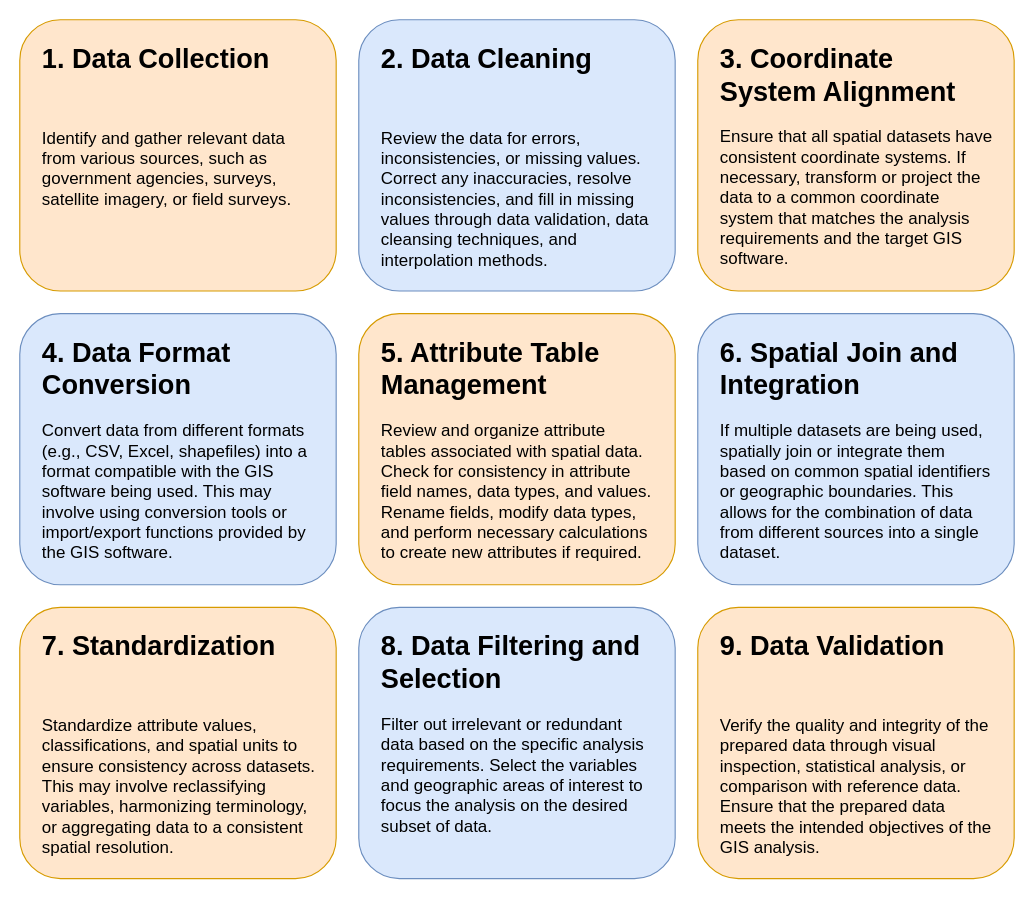
haseeb-cb/fundamentals-of-gis keeps this draw.io diagram as Assets/3_Theory/3_Theory_data_preperation_methods.drawio. Above is the earlier version. Source tidied: cells renumbered, new cells numbered last; positions are measured from the earlier drawing's top-left corner, leaving out a move shared by most shapes. Both pictures are drawn from the tidied source at 113%, with x=0, y=0 at pixel (19, 19).
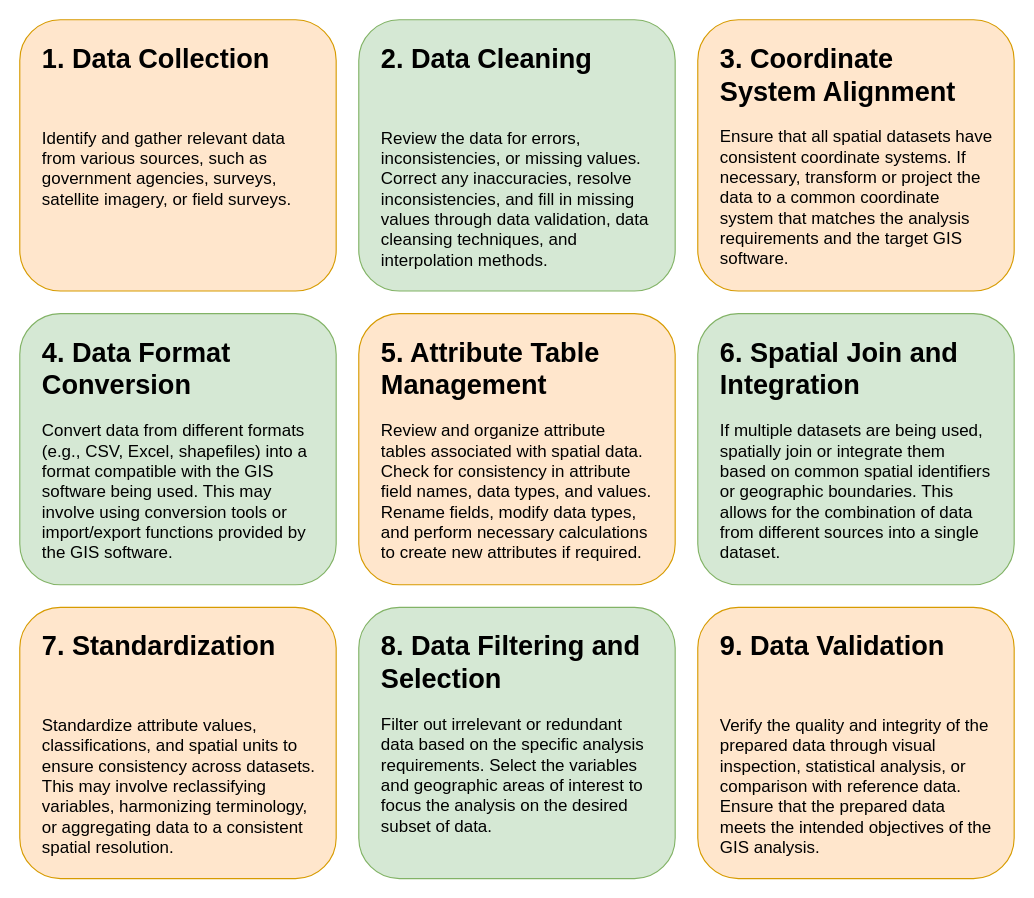
The same page after the edit.

Change to the diagram source:
```diff
@@
 <mxGraphModel>
   <root>
     <mxCell id="0" />
     <mxCell id="1" parent="0" />
-    <mxCell id="2" style="rounded=1;whiteSpace=wrap;html=1;fillColor=#dae8fc;strokeColor=#6c8ebf;" parent="1" vertex="1">
+    <mxCell id="2" style="rounded=1;whiteSpace=wrap;html=1;fillColor=#d5e8d4;strokeColor=#82b366;" parent="1" vertex="1">
       <mxGeometry x="300" width="280" height="240" as="geometry" />
     </mxCell>
     <mxCell id="3" value="&lt;h1&gt;2. Data Cleaning&lt;br&gt;&lt;/h1&gt;&lt;p&gt;&lt;font style=&quot;font-size: 15px;&quot;&gt;&lt;font style=&quot;font-size: 15px;&quot;&gt;&lt;br&gt;&lt;/font&gt;&lt;/font&gt;&lt;/p&gt;&lt;p&gt;&lt;font style=&quot;font-size: 15px;&quot;&gt;&lt;font style=&quot;font-size: 15px;&quot;&gt;Review the data for errors, inconsistencies, or missing values. Correct any inaccuracies, resolve inconsistencies, and fill in missing values through data validation, data cleansing techniques, and interpolation methods.&lt;/font&gt;&lt;/font&gt;&lt;/p&gt;" style="text;html=1;strokeColor=none;fillColor=none;spacing=5;spacingTop=-20;whiteSpace=wrap;overflow=hidden;rounded=0;" parent="1" vertex="1">
       <mxGeometry x="315" y="15" width="250" height="210" as="geometry" />
     </mxCell>
     <mxCell id="4" style="rounded=1;whiteSpace=wrap;html=1;fillColor=#ffe6cc;strokeColor=#d79b00;" parent="1" vertex="1">
       <mxGeometry x="600" width="280" height="240" as="geometry" />
     </mxCell>
     <mxCell id="5" value="&lt;h1&gt;3. Coordinate System Alignment&lt;br&gt;&lt;/h1&gt;&lt;p&gt;&lt;font style=&quot;font-size: 15px;&quot;&gt;&lt;font style=&quot;font-size: 15px;&quot;&gt;Ensure that all spatial datasets have consistent coordinate systems. If necessary, transform or project the data to a common coordinate system that matches the analysis requirements and the target GIS software.&lt;/font&gt;&lt;/font&gt;&lt;/p&gt;" style="text;html=1;strokeColor=none;fillColor=none;spacing=5;spacingTop=-20;whiteSpace=wrap;overflow=hidden;rounded=0;" parent="1" vertex="1">
       <mxGeometry x="615" y="15" width="250" height="210" as="geometry" />
     </mxCell>
     <mxCell id="6" style="rounded=1;whiteSpace=wrap;html=1;fillColor=#ffe6cc;strokeColor=#d79b00;" parent="1" vertex="1">
       <mxGeometry width="280" height="240" as="geometry" />
     </mxCell>
     <mxCell id="7" value="&lt;h1&gt;1. Data Collection&lt;br&gt;&lt;/h1&gt;&lt;p&gt;&lt;font style=&quot;font-size: 15px;&quot;&gt;&lt;font style=&quot;font-size: 15px;&quot;&gt;&lt;br&gt;&lt;/font&gt;&lt;/font&gt;&lt;/p&gt;&lt;p&gt;&lt;font style=&quot;font-size: 15px;&quot;&gt;&lt;font style=&quot;font-size: 15px;&quot;&gt;Identify and gather relevant data from various sources, such as government agencies, surveys, satellite imagery, or field surveys.&lt;/font&gt;&lt;/font&gt;&lt;/p&gt;" style="text;html=1;strokeColor=none;fillColor=none;spacing=5;spacingTop=-20;whiteSpace=wrap;overflow=hidden;rounded=0;" parent="1" vertex="1">
       <mxGeometry x="15" y="15" width="250" height="210" as="geometry" />
     </mxCell>
     <mxCell id="8" style="rounded=1;whiteSpace=wrap;html=1;fillColor=#ffe6cc;strokeColor=#d79b00;" parent="1" vertex="1">
       <mxGeometry x="300" y="260" width="280" height="240" as="geometry" />
     </mxCell>
     <mxCell id="9" value="&lt;h1&gt;5. Attribute Table Management&lt;br&gt;&lt;/h1&gt;&lt;p&gt;&lt;font style=&quot;font-size: 15px;&quot;&gt;&lt;font style=&quot;font-size: 15px;&quot;&gt;Review and organize attribute tables associated with spatial data. Check for consistency in attribute field names, data types, and values. Rename fields, modify data types, and perform necessary calculations to create new attributes if required.&lt;/font&gt;&lt;/font&gt;&lt;/p&gt;" style="text;html=1;strokeColor=none;fillColor=none;spacing=5;spacingTop=-20;whiteSpace=wrap;overflow=hidden;rounded=0;" parent="1" vertex="1">
       <mxGeometry x="315" y="275" width="250" height="210" as="geometry" />
     </mxCell>
-    <mxCell id="10" style="rounded=1;whiteSpace=wrap;html=1;fillColor=#dae8fc;strokeColor=#6c8ebf;" parent="1" vertex="1">
+    <mxCell id="10" style="rounded=1;whiteSpace=wrap;html=1;fillColor=#d5e8d4;strokeColor=#82b366;" parent="1" vertex="1">
       <mxGeometry x="600" y="260" width="280" height="240" as="geometry" />
     </mxCell>
     <mxCell id="11" value="&lt;h1&gt;6. Spatial Join and Integration&lt;br&gt;&lt;/h1&gt;&lt;p&gt;&lt;font style=&quot;font-size: 15px;&quot;&gt;&lt;font style=&quot;font-size: 15px;&quot;&gt;If multiple datasets are being used, spatially join or integrate them based on common spatial identifiers or geographic boundaries. This allows for the combination of data from different sources into a single dataset.&lt;/font&gt;&lt;/font&gt;&lt;/p&gt;" style="text;html=1;strokeColor=none;fillColor=none;spacing=5;spacingTop=-20;whiteSpace=wrap;overflow=hidden;rounded=0;" parent="1" vertex="1">
       <mxGeometry x="615" y="275" width="250" height="210" as="geometry" />
     </mxCell>
-    <mxCell id="12" style="rounded=1;whiteSpace=wrap;html=1;fillColor=#dae8fc;strokeColor=#6c8ebf;" parent="1" vertex="1">
+    <mxCell id="12" style="rounded=1;whiteSpace=wrap;html=1;fillColor=#d5e8d4;strokeColor=#82b366;" parent="1" vertex="1">
       <mxGeometry y="260" width="280" height="240" as="geometry" />
     </mxCell>
     <mxCell id="13" value="&lt;h1&gt;4. Data Format Conversion&lt;br&gt;&lt;/h1&gt;&lt;p&gt;&lt;font style=&quot;font-size: 15px;&quot;&gt;&lt;font style=&quot;font-size: 15px;&quot;&gt;Convert data from different formats (e.g., CSV, Excel, shapefiles) into a format compatible with the GIS software being used. This may involve using conversion tools or import/export functions provided by the GIS software.&lt;/font&gt;&lt;/font&gt;&lt;/p&gt;" style="text;html=1;strokeColor=none;fillColor=none;spacing=5;spacingTop=-20;whiteSpace=wrap;overflow=hidden;rounded=0;" parent="1" vertex="1">
       <mxGeometry x="15" y="275" width="250" height="210" as="geometry" />
     </mxCell>
-    <mxCell id="14" style="rounded=1;whiteSpace=wrap;html=1;fillColor=#dae8fc;strokeColor=#6c8ebf;" parent="1" vertex="1">
+    <mxCell id="14" style="rounded=1;whiteSpace=wrap;html=1;fillColor=#d5e8d4;strokeColor=#82b366;" parent="1" vertex="1">
       <mxGeometry x="300" y="520" width="280" height="240" as="geometry" />
     </mxCell>
     <mxCell id="15" value="&lt;h1&gt;8. Data Filtering and Selection&lt;br&gt;&lt;/h1&gt;&lt;p&gt;&lt;font style=&quot;font-size: 15px;&quot;&gt;&lt;font style=&quot;font-size: 15px;&quot;&gt;Filter out irrelevant or redundant data based on the specific analysis requirements. Select the variables and geographic areas of interest to focus the analysis on the desired subset of data.&lt;/font&gt;&lt;/font&gt;&lt;/p&gt;" style="text;html=1;strokeColor=none;fillColor=none;spacing=5;spacingTop=-20;whiteSpace=wrap;overflow=hidden;rounded=0;" parent="1" vertex="1">
       <mxGeometry x="315" y="535" width="250" height="210" as="geometry" />
     </mxCell>
     <mxCell id="16" style="rounded=1;whiteSpace=wrap;html=1;fillColor=#ffe6cc;strokeColor=#d79b00;" parent="1" vertex="1">
       <mxGeometry x="600" y="520" width="280" height="240" as="geometry" />
     </mxCell>
     <mxCell id="17" value="&lt;h1&gt;9. Data Validation&lt;br&gt;&lt;/h1&gt;&lt;p&gt;&lt;font style=&quot;font-size: 15px;&quot;&gt;&lt;font style=&quot;font-size: 15px;&quot;&gt;&lt;br&gt;&lt;/font&gt;&lt;/font&gt;&lt;/p&gt;&lt;p&gt;&lt;font style=&quot;font-size: 15px;&quot;&gt;&lt;font style=&quot;font-size: 15px;&quot;&gt;Verify the quality and integrity of the prepared data through visual inspection, statistical analysis, or comparison with reference data. Ensure that the prepared data meets the intended objectives of the GIS analysis.&lt;/font&gt;&lt;/font&gt;&lt;/p&gt;" style="text;html=1;strokeColor=none;fillColor=none;spacing=5;spacingTop=-20;whiteSpace=wrap;overflow=hidden;rounded=0;" parent="1" vertex="1">
       <mxGeometry x="615" y="535" width="250" height="210" as="geometry" />
     </mxCell>
     <mxCell id="18" style="rounded=1;whiteSpace=wrap;html=1;fillColor=#ffe6cc;strokeColor=#d79b00;" parent="1" vertex="1">
       <mxGeometry y="520" width="280" height="240" as="geometry" />
     </mxCell>
     <mxCell id="19" value="&lt;h1&gt;7. Standardization&lt;br&gt;&lt;/h1&gt;&lt;p&gt;&lt;font style=&quot;font-size: 15px;&quot;&gt;&lt;font style=&quot;font-size: 15px;&quot;&gt;&lt;br&gt;&lt;/font&gt;&lt;/font&gt;&lt;/p&gt;&lt;p&gt;&lt;font style=&quot;font-size: 15px;&quot;&gt;&lt;font style=&quot;font-size: 15px;&quot;&gt;Standardize attribute values, classifications, and spatial units to ensure consistency across datasets. This may involve reclassifying variables, harmonizing terminology, or aggregating data to a consistent spatial resolution.&lt;/font&gt;&lt;/font&gt;&lt;/p&gt;" style="text;html=1;strokeColor=none;fillColor=none;spacing=5;spacingTop=-20;whiteSpace=wrap;overflow=hidden;rounded=0;" parent="1" vertex="1">
       <mxGeometry x="15" y="535" width="250" height="210" as="geometry" />
     </mxCell>
   </root>
 </mxGraphModel>
```
